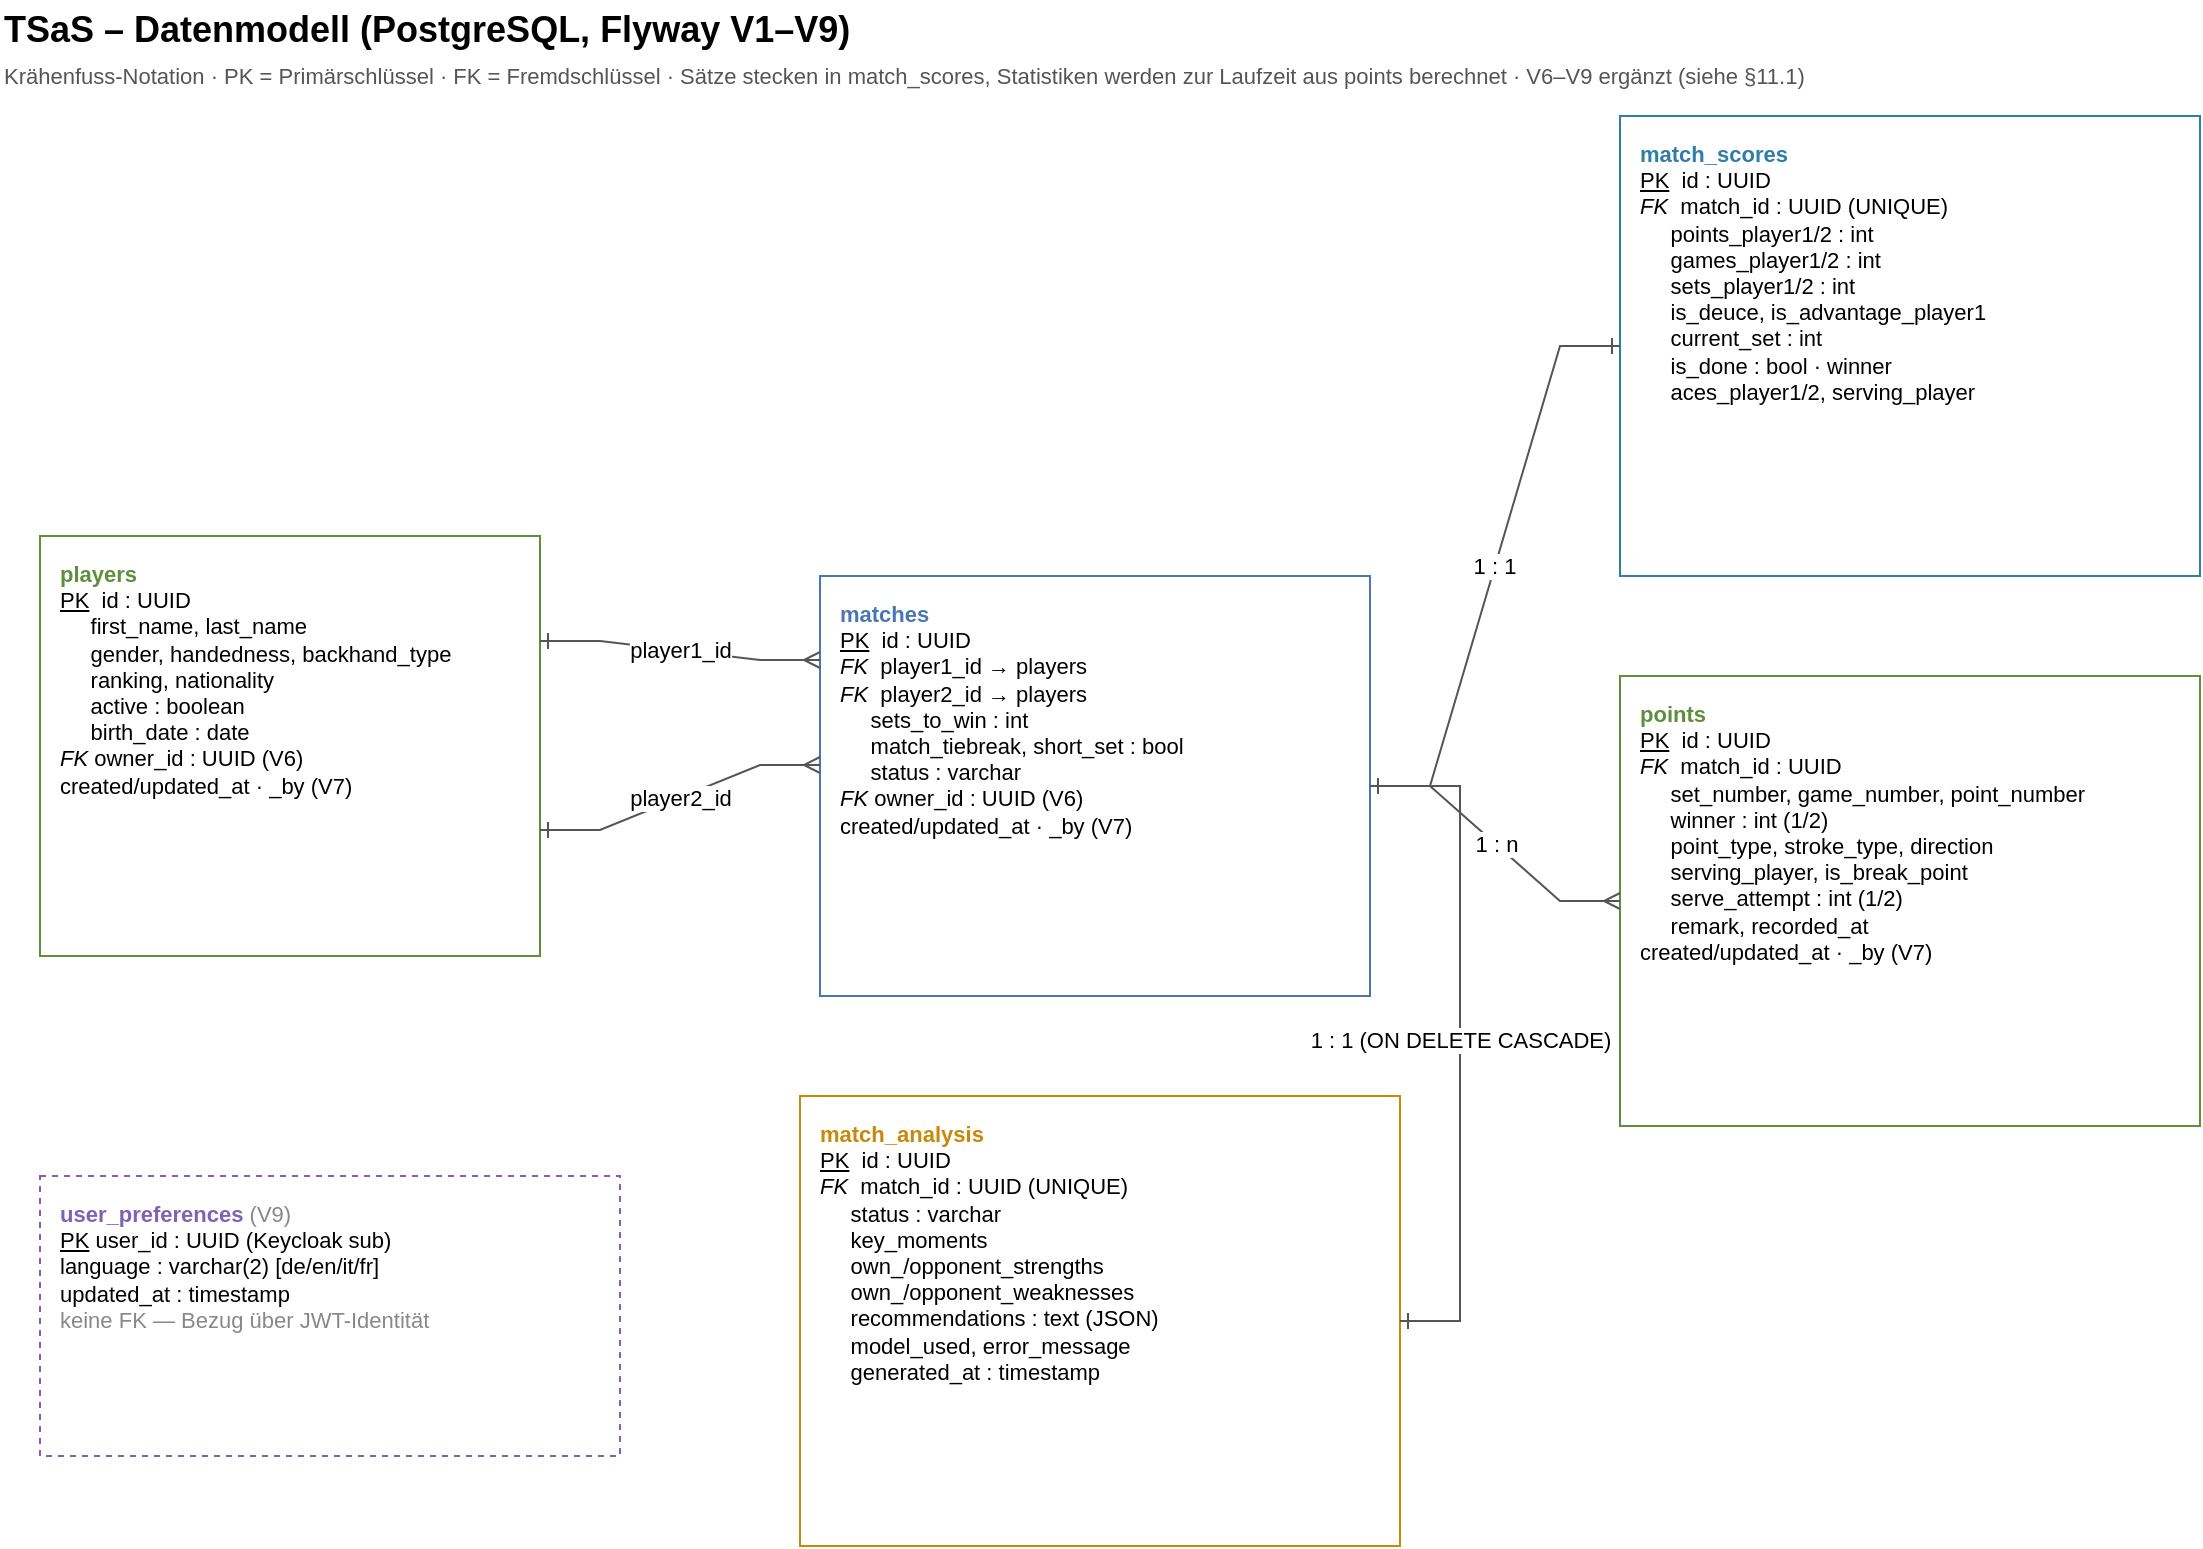
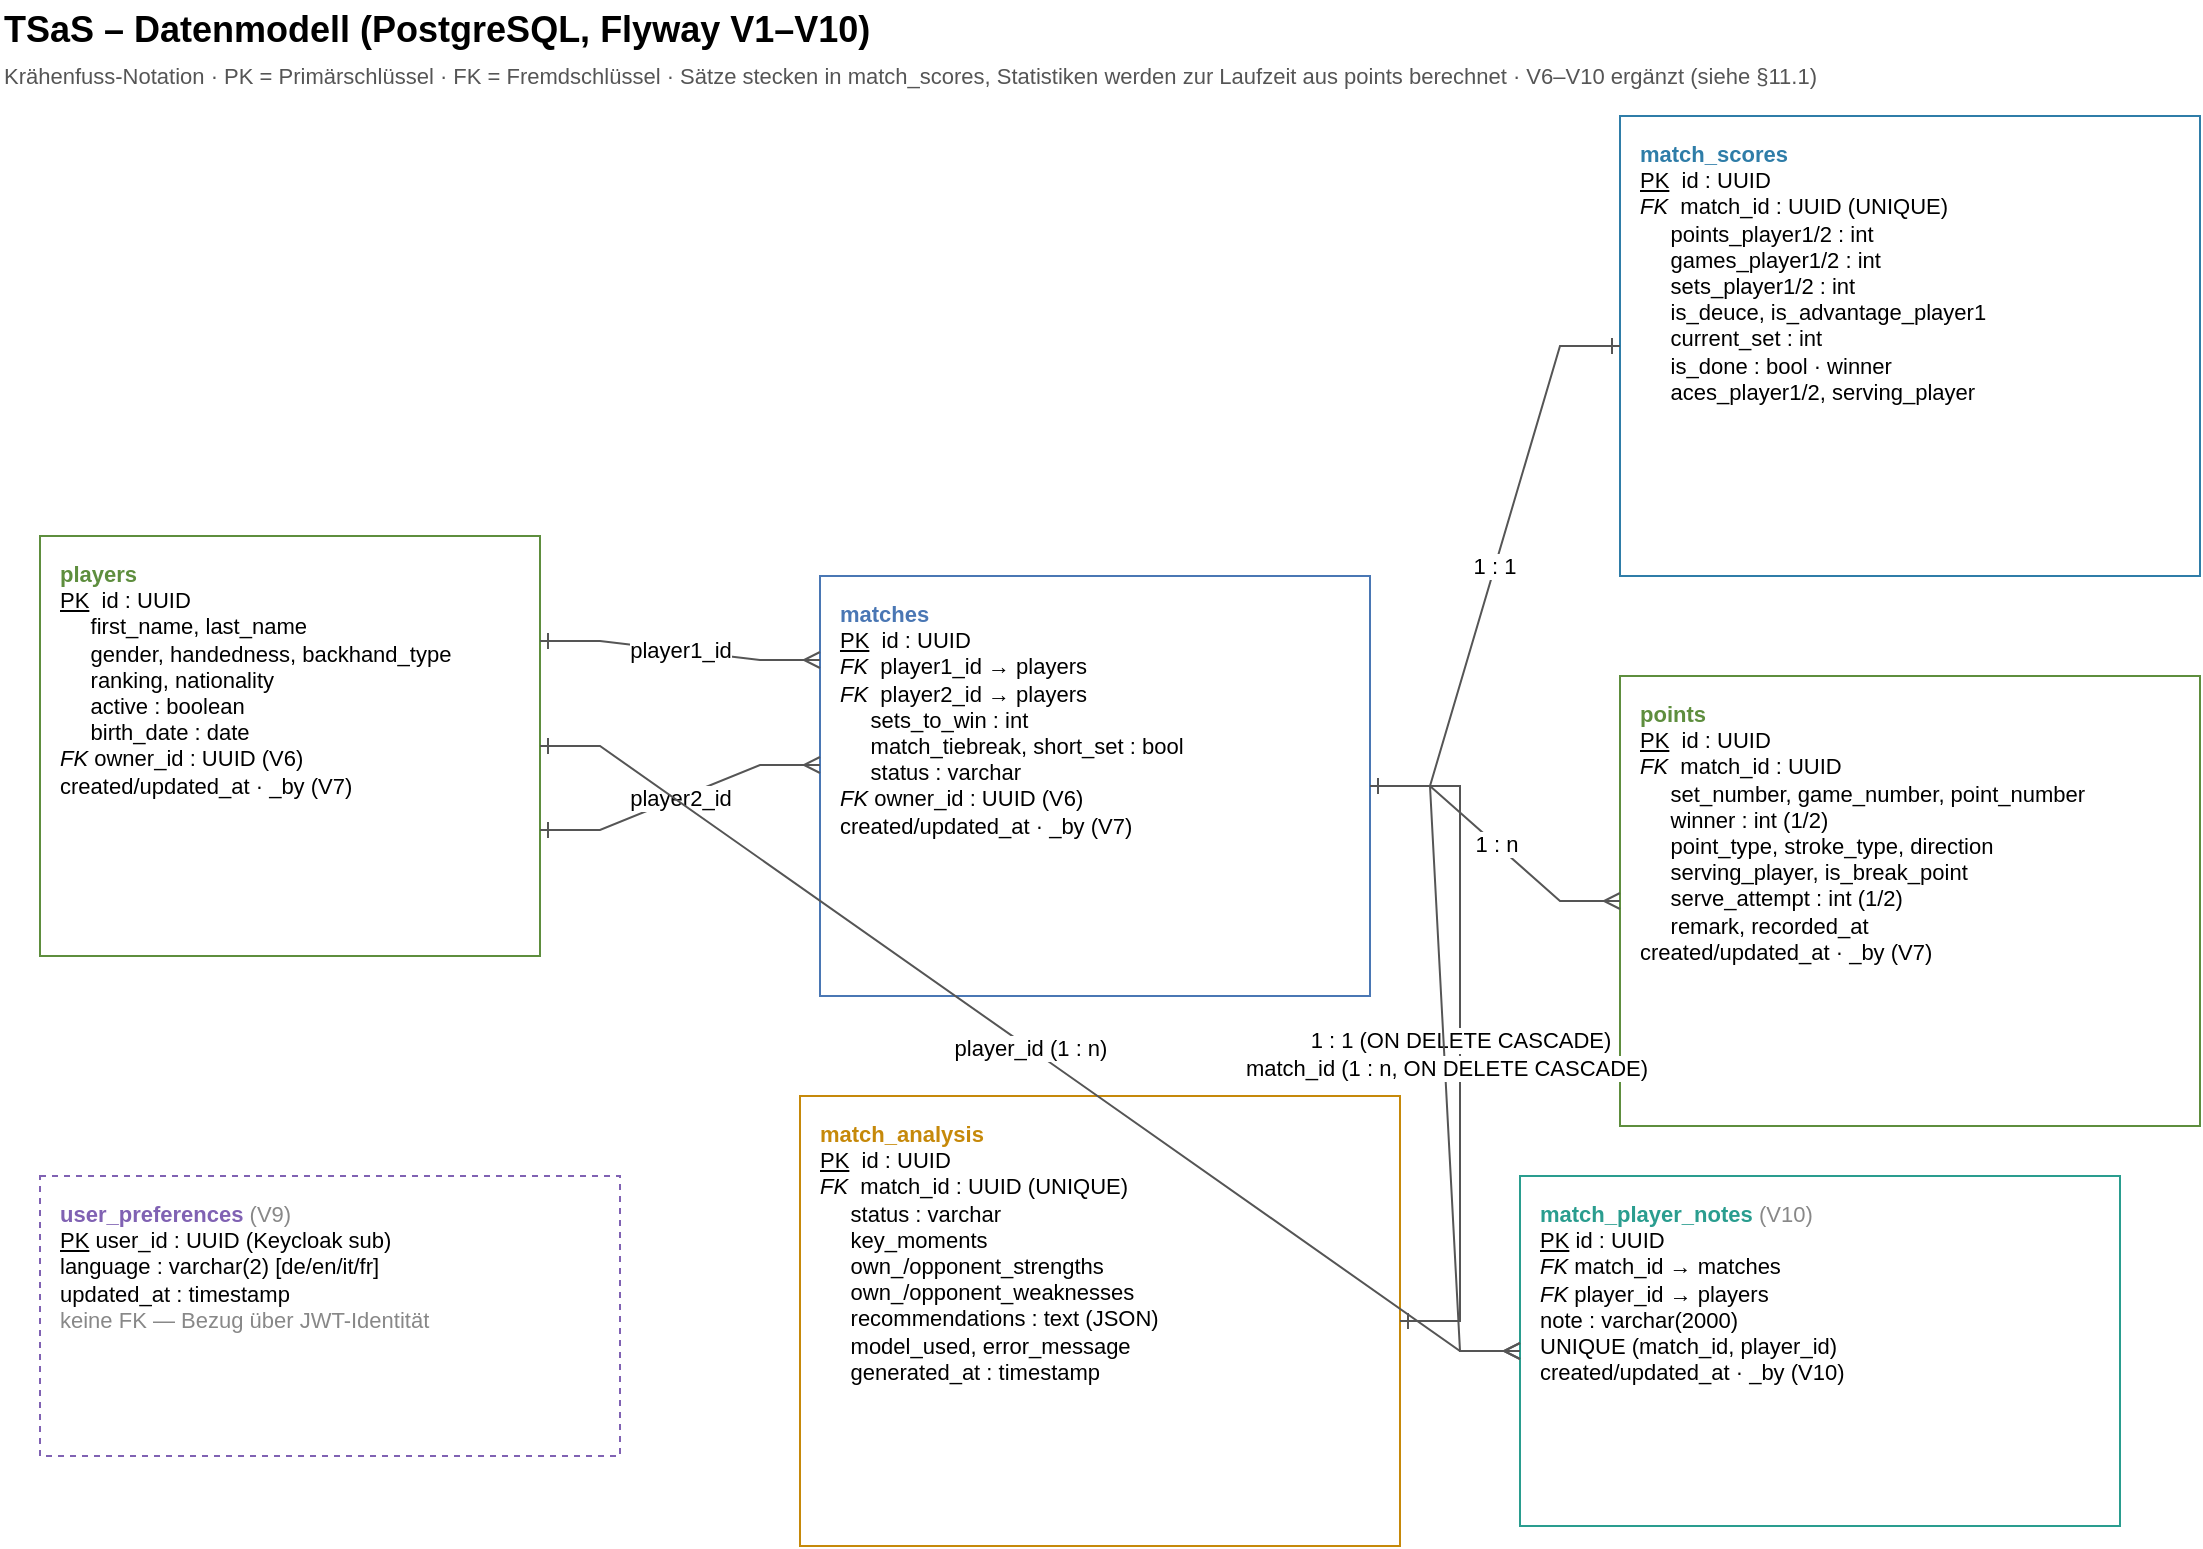
<mxfile host="app.diagrams.net" agent="tsas-sad-gen" version="24.7.17">
  <diagram id="TSaS_Datenmodell" name="TSaS_Datenmodell">
    <mxGraphModel dx="900" dy="640" grid="1" gridSize="10" guides="1" tooltips="1" connect="1" arrows="1" fold="1" page="1" pageScale="1" pageWidth="1180" pageHeight="820" math="0" shadow="0">
      <root>
        <mxCell id="0"/>
        <mxCell id="1" parent="0"/>
-         <mxCell id="n2" value="TSaS – Datenmodell (PostgreSQL, Flyway V1–V9)" style="text;html=1;strokeColor=none;fillColor=none;align=left;verticalAlign=middle;fontStyle=1;fontSize=18;" vertex="1" parent="1"><mxGeometry x="40" y="12" width="700" height="30" as="geometry"/></mxCell>
-         <mxCell id="n3" value="Krähenfuss-Notation · PK = Primärschlüssel · FK = Fremdschlüssel · Sätze stecken in match_scores, Statistiken werden zur Laufzeit aus points berechnet · V6–V9 ergänzt (siehe §11.1)" style="text;html=1;strokeColor=none;fillColor=none;align=left;verticalAlign=middle;fontSize=11;fontColor=#555555;" vertex="1" parent="1"><mxGeometry x="40" y="40" width="1090" height="20" as="geometry"/></mxCell>
+         <mxCell id="n2" value="TSaS – Datenmodell (PostgreSQL, Flyway V1–V10)" style="text;html=1;strokeColor=none;fillColor=none;align=left;verticalAlign=middle;fontStyle=1;fontSize=18;" vertex="1" parent="1"><mxGeometry x="40" y="12" width="700" height="30" as="geometry"/></mxCell>
+         <mxCell id="n3" value="Krähenfuss-Notation · PK = Primärschlüssel · FK = Fremdschlüssel · Sätze stecken in match_scores, Statistiken werden zur Laufzeit aus points berechnet · V6–V10 ergänzt (siehe §11.1)" style="text;html=1;strokeColor=none;fillColor=none;align=left;verticalAlign=middle;fontSize=11;fontColor=#555555;" vertex="1" parent="1"><mxGeometry x="40" y="40" width="1090" height="20" as="geometry"/></mxCell>
        <mxCell id="n4" value="&lt;b&gt;&lt;font color=&quot;#5E8E3E&quot;&gt;players&lt;/font&gt;&lt;/b&gt;&lt;br&gt;&lt;u&gt;PK&lt;/u&gt;  id : UUID&lt;br&gt;     first_name, last_name&lt;br&gt;     gender, handedness, backhand_type&lt;br&gt;     ranking, nationality&lt;br&gt;     active : boolean&lt;br&gt;     birth_date : date&lt;br&gt;&lt;i&gt;FK&lt;/i&gt; owner_id : UUID (V6)&lt;br&gt; created/updated_at · _by (V7)" style="rounded=0;whiteSpace=wrap;html=1;fillColor=#FFFFFF;strokeColor=#5E8E3E;align=left;verticalAlign=top;spacingLeft=8;spacingTop=6;spacingRight=6;fontSize=11;" vertex="1" parent="1"><mxGeometry x="60" y="280" width="250" height="210" as="geometry"/></mxCell>
        <mxCell id="n5" value="&lt;b&gt;&lt;font color=&quot;#4A77B4&quot;&gt;matches&lt;/font&gt;&lt;/b&gt;&lt;br&gt;&lt;u&gt;PK&lt;/u&gt;  id : UUID&lt;br&gt;&lt;i&gt;FK&lt;/i&gt;  player1_id → players&lt;br&gt;&lt;i&gt;FK&lt;/i&gt;  player2_id → players&lt;br&gt;     sets_to_win : int&lt;br&gt;     match_tiebreak, short_set : bool&lt;br&gt;     status : varchar&lt;br&gt;&lt;i&gt;FK&lt;/i&gt; owner_id : UUID (V6)&lt;br&gt; created/updated_at · _by (V7)" style="rounded=0;whiteSpace=wrap;html=1;fillColor=#FFFFFF;strokeColor=#4A77B4;align=left;verticalAlign=top;spacingLeft=8;spacingTop=6;spacingRight=6;fontSize=11;" vertex="1" parent="1"><mxGeometry x="450" y="300" width="275" height="210" as="geometry"/></mxCell>
        <mxCell id="n6" value="&lt;b&gt;&lt;font color=&quot;#2F7DA8&quot;&gt;match_scores&lt;/font&gt;&lt;/b&gt;&lt;br&gt;&lt;u&gt;PK&lt;/u&gt;  id : UUID&lt;br&gt;&lt;i&gt;FK&lt;/i&gt;  match_id : UUID (UNIQUE)&lt;br&gt;     points_player1/2 : int&lt;br&gt;     games_player1/2 : int&lt;br&gt;     sets_player1/2 : int&lt;br&gt;     is_deuce, is_advantage_player1&lt;br&gt;     current_set : int&lt;br&gt;     is_done : bool · winner&lt;br&gt;     aces_player1/2, serving_player" style="rounded=0;whiteSpace=wrap;html=1;fillColor=#FFFFFF;strokeColor=#2F7DA8;align=left;verticalAlign=top;spacingLeft=8;spacingTop=6;spacingRight=6;fontSize=11;" vertex="1" parent="1"><mxGeometry x="850" y="70" width="290" height="230" as="geometry"/></mxCell>
        <mxCell id="n7" value="&lt;b&gt;&lt;font color=&quot;#5E8E3E&quot;&gt;points&lt;/font&gt;&lt;/b&gt;&lt;br&gt;&lt;u&gt;PK&lt;/u&gt;  id : UUID&lt;br&gt;&lt;i&gt;FK&lt;/i&gt;  match_id : UUID&lt;br&gt;     set_number, game_number, point_number&lt;br&gt;     winner : int (1/2)&lt;br&gt;     point_type, stroke_type, direction&lt;br&gt;     serving_player, is_break_point&lt;br&gt;     serve_attempt : int (1/2)&lt;br&gt;     remark, recorded_at&lt;br&gt; created/updated_at · _by (V7)" style="rounded=0;whiteSpace=wrap;html=1;fillColor=#FFFFFF;strokeColor=#5E8E3E;align=left;verticalAlign=top;spacingLeft=8;spacingTop=6;spacingRight=6;fontSize=11;" vertex="1" parent="1"><mxGeometry x="850" y="350" width="290" height="225" as="geometry"/></mxCell>
        <mxCell id="n8" value="&lt;b&gt;&lt;font color=&quot;#C6890A&quot;&gt;match_analysis&lt;/font&gt;&lt;/b&gt;&lt;br&gt;&lt;u&gt;PK&lt;/u&gt;  id : UUID&lt;br&gt;&lt;i&gt;FK&lt;/i&gt;  match_id : UUID (UNIQUE)&lt;br&gt;     status : varchar&lt;br&gt;     key_moments&lt;br&gt;     own_/opponent_strengths&lt;br&gt;     own_/opponent_weaknesses&lt;br&gt;     recommendations : text (JSON)&lt;br&gt;     model_used, error_message&lt;br&gt;     generated_at : timestamp" style="rounded=0;whiteSpace=wrap;html=1;fillColor=#FFFFFF;strokeColor=#C6890A;align=left;verticalAlign=top;spacingLeft=8;spacingTop=6;spacingRight=6;fontSize=11;" vertex="1" parent="1"><mxGeometry x="440" y="560" width="300" height="225" as="geometry"/></mxCell>
        <mxCell id="n9" value="player1_id" style="edgeStyle=entityRelationEdgeStyle;fontSize=11;html=1;rounded=0;startArrow=ERone;startFill=0;endArrow=ERmany;endFill=0;strokeColor=#555555;labelBackgroundColor=#FFFFFF;exitX=1;exitY=0.25;exitDx=0;exitDy=0;entryX=0;entryY=0.2;entryDx=0;entryDy=0;" edge="1" parent="1" source="n4" target="n5"><mxGeometry relative="1" as="geometry"></mxGeometry></mxCell>
        <mxCell id="n10" value="player2_id" style="edgeStyle=entityRelationEdgeStyle;fontSize=11;html=1;rounded=0;startArrow=ERone;startFill=0;endArrow=ERmany;endFill=0;strokeColor=#555555;labelBackgroundColor=#FFFFFF;exitX=1;exitY=0.7;exitDx=0;exitDy=0;entryX=0;entryY=0.45;entryDx=0;entryDy=0;" edge="1" parent="1" source="n4" target="n5"><mxGeometry relative="1" as="geometry"></mxGeometry></mxCell>
        <mxCell id="n11" value="1 : 1" style="edgeStyle=entityRelationEdgeStyle;fontSize=11;html=1;rounded=0;startArrow=ERone;startFill=0;endArrow=ERone;endFill=0;strokeColor=#555555;labelBackgroundColor=#FFFFFF;" edge="1" parent="1" source="n5" target="n6"><mxGeometry relative="1" as="geometry"></mxGeometry></mxCell>
        <mxCell id="n12" value="1 : n" style="edgeStyle=entityRelationEdgeStyle;fontSize=11;html=1;rounded=0;startArrow=ERone;startFill=0;endArrow=ERmany;endFill=0;strokeColor=#555555;labelBackgroundColor=#FFFFFF;" edge="1" parent="1" source="n5" target="n7"><mxGeometry relative="1" as="geometry"></mxGeometry></mxCell>
        <mxCell id="n13" value="1 : 1  (ON DELETE CASCADE)" style="edgeStyle=entityRelationEdgeStyle;fontSize=11;html=1;rounded=0;startArrow=ERone;startFill=0;endArrow=ERone;endFill=0;strokeColor=#555555;labelBackgroundColor=#FFFFFF;" edge="1" parent="1" source="n5" target="n8"><mxGeometry relative="1" as="geometry"></mxGeometry></mxCell>
        <mxCell id="n14" value="&lt;b&gt;&lt;font color=&quot;#8062B3&quot;&gt;user_preferences&lt;/font&gt;&lt;/b&gt;  &lt;font color=&quot;#888888&quot;&gt;(V9)&lt;/font&gt;&lt;br&gt;&lt;u&gt;PK&lt;/u&gt;  user_id : UUID (Keycloak sub)&lt;br&gt;     language : varchar(2) [de/en/it/fr]&lt;br&gt;     updated_at : timestamp&lt;br&gt;&lt;font color=&quot;#888888&quot;&gt;keine FK — Bezug über JWT-Identität&lt;/font&gt;" style="rounded=0;whiteSpace=wrap;html=1;fillColor=#FFFFFF;strokeColor=#8062B3;align=left;verticalAlign=top;spacingLeft=8;spacingTop=6;spacingRight=6;fontSize=11;dashed=1;" vertex="1" parent="1"><mxGeometry x="60" y="600" width="290" height="140" as="geometry"/></mxCell>
+         <mxCell id="n15" value="&lt;b&gt;&lt;font color=&quot;#2A9D8F&quot;&gt;match_player_notes&lt;/font&gt;&lt;/b&gt;  &lt;font color=&quot;#888888&quot;&gt;(V10)&lt;/font&gt;&lt;br&gt;&lt;u&gt;PK&lt;/u&gt;  id : UUID&lt;br&gt;&lt;i&gt;FK&lt;/i&gt;  match_id → matches&lt;br&gt;&lt;i&gt;FK&lt;/i&gt;  player_id → players&lt;br&gt;     note : varchar(2000)&lt;br&gt;     UNIQUE (match_id, player_id)&lt;br&gt; created/updated_at · _by (V10)" style="rounded=0;whiteSpace=wrap;html=1;fillColor=#FFFFFF;strokeColor=#2A9D8F;align=left;verticalAlign=top;spacingLeft=8;spacingTop=6;spacingRight=6;fontSize=11;" vertex="1" parent="1"><mxGeometry x="800" y="600" width="300" height="175" as="geometry"/></mxCell>
+         <mxCell id="n16" value="match_id (1 : n, ON DELETE CASCADE)" style="edgeStyle=entityRelationEdgeStyle;fontSize=11;html=1;rounded=0;startArrow=ERone;startFill=0;endArrow=ERmany;endFill=0;strokeColor=#555555;labelBackgroundColor=#FFFFFF;" edge="1" parent="1" source="n5" target="n15"><mxGeometry relative="1" as="geometry"></mxGeometry></mxCell>
+         <mxCell id="n17" value="player_id (1 : n)" style="edgeStyle=entityRelationEdgeStyle;fontSize=11;html=1;rounded=0;startArrow=ERone;startFill=0;endArrow=ERmany;endFill=0;strokeColor=#555555;labelBackgroundColor=#FFFFFF;" edge="1" parent="1" source="n4" target="n15"><mxGeometry relative="1" as="geometry"></mxGeometry></mxCell>
      </root>
    </mxGraphModel>
  </diagram>
</mxfile>
